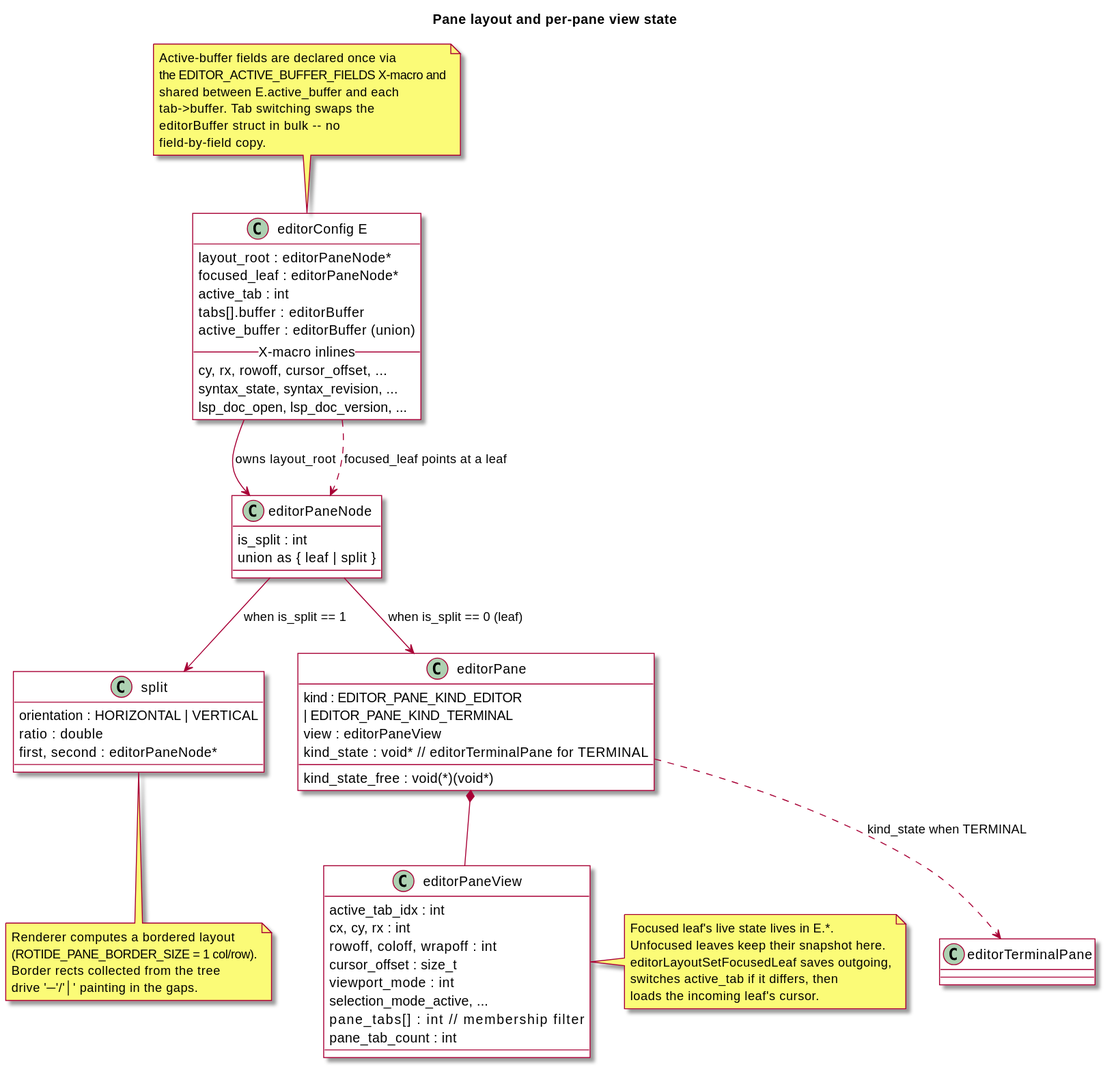
kokkoniemi/rotide keeps this PlantUML diagram as docs/diagrams/svg/pane-layout.svg. Above is the earlier version. Its source is kept beside it as docs/diagrams/src/pane-layout.puml.
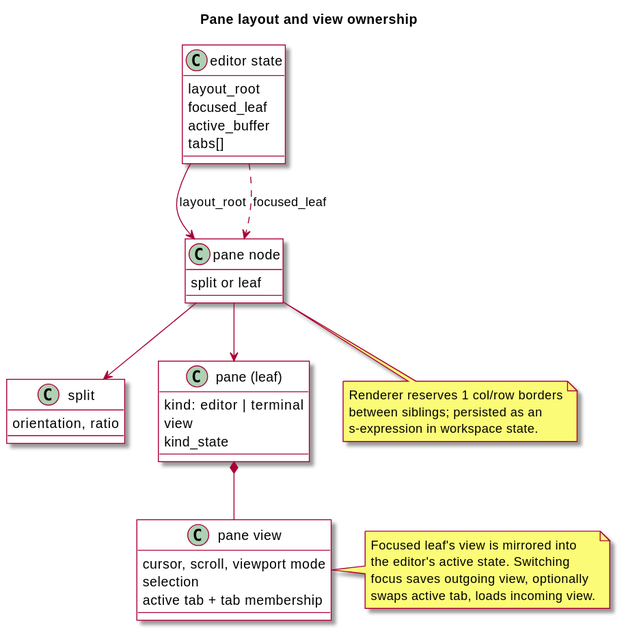
The same diagram one commit later.

Change to the diagram source:
```diff
@@ -1,81 +1,54 @@
 @startuml
 skin rose
 skinparam backgroundColor #FFFFFF
-title Pane layout and per-pane view state
+title Pane layout and view ownership
 
 skinparam classBackgroundColor #FFFFFF
 
-class "editorConfig E" as E {
-  layout_root : editorPaneNode*
-  focused_leaf : editorPaneNode*
-  active_tab : int
-  tabs[].buffer : editorBuffer
-  active_buffer : editorBuffer (union)
-  -- X-macro inlines --
-  cy, rx, rowoff, cursor_offset, ...
-  syntax_state, syntax_revision, ...
-  lsp_doc_open, lsp_doc_version, ...
+class "editor state" as E {
+  layout_root
+  focused_leaf
+  active_buffer
+  tabs[]
 }
 
-class editorPaneNode {
-  is_split : int
-  union as { leaf | split }
+class "pane node" as Node {
+  split or leaf
 }
 
 class "split" as Split {
-  orientation : HORIZONTAL | VERTICAL
-  ratio : double
-  first, second : editorPaneNode*
+  orientation, ratio
 }
 
-class editorPane {
-  kind : EDITOR_PANE_KIND_EDITOR
-        | EDITOR_PANE_KIND_TERMINAL
-  view : editorPaneView
-  kind_state : void*  // editorTerminalPane for TERMINAL
-  kind_state_free : void(*)(void*)
+class "pane (leaf)" as Pane {
+  kind: editor | terminal
+  view
+  kind_state
 }
 
-class editorPaneView {
-  active_tab_idx : int
-  cx, cy, rx : int
-  rowoff, coloff, wrapoff : int
-  cursor_offset : size_t
-  viewport_mode : int
-  selection_mode_active, ...
-  pane_tabs[] : int        // membership filter
-  pane_tab_count : int
+class "pane view" as View {
+  cursor, scroll, viewport mode
+  selection
+  active tab + tab membership
 }
 
-E --> editorPaneNode : owns layout_root
-E ..> editorPaneNode : focused_leaf points at a leaf
-editorPaneNode --> Split : when is_split == 1
-editorPaneNode --> editorPane : when is_split == 0 (leaf)
-editorPane *-- editorPaneView
-editorPane ..> "editorTerminalPane" : kind_state when TERMINAL
+E --> Node : layout_root
+E ..> Node : focused_leaf
+Node --> Split
+Node --> Pane
+Pane *-- View
 
-note right of editorPaneView
-  Focused leaf's live state lives in E.*.
-  Unfocused leaves keep their snapshot here.
-  editorLayoutSetFocusedLeaf saves outgoing,
-  switches active_tab if it differs, then
-  loads the incoming leaf's cursor.
+note right of View
+  Focused leaf's view is mirrored into
+  the editor's active state. Switching
+  focus saves outgoing view, optionally
+  swaps active tab, loads incoming view.
 end note
 
-note top of E
-  Active-buffer fields are declared once via
-  the EDITOR_ACTIVE_BUFFER_FIELDS X-macro and
-  shared between E.active_buffer and each
-  tab->buffer. Tab switching swaps the
-  editorBuffer struct in bulk -- no
-  field-by-field copy.
-end note
-
-note bottom of Split
-  Renderer computes a bordered layout
-  (ROTIDE_PANE_BORDER_SIZE = 1 col/row).
-  Border rects collected from the tree
-  drive '─'/'│' painting in the gaps.
+note bottom of Node
+  Renderer reserves 1 col/row borders
+  between siblings; persisted as an
+  s-expression in workspace state.
 end note
 
 @enduml
```
